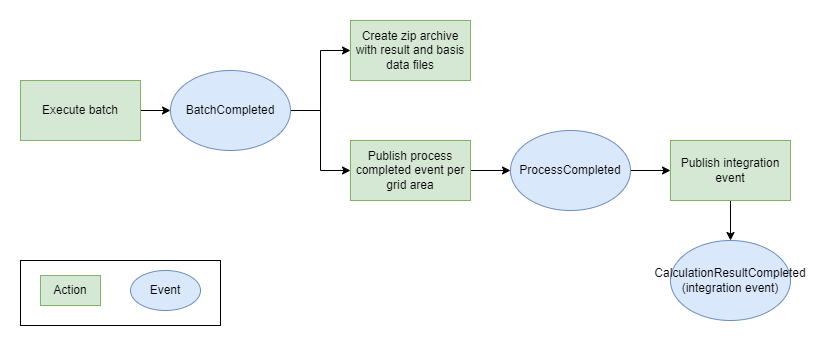
Above: docs/images/events.drawio.png in Energinet-DataHub/opengeh-wholesale (draw.io), before the change. Source tidied: cells renumbered, new cells last; positions are measured from the earlier drawing's top-left corner, leaving out a move shared by most shapes.
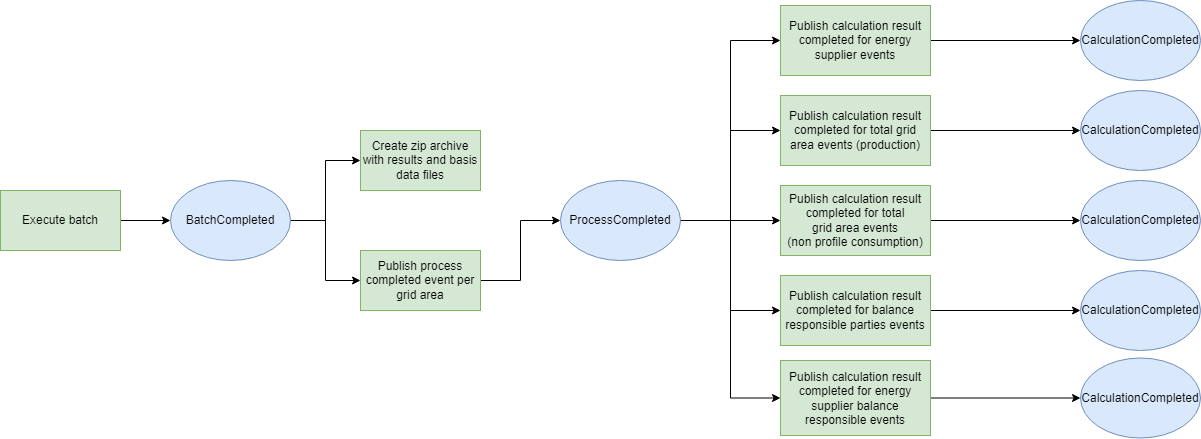
The same file after the commit.

What changed in the source:
```diff
@@ -1,54 +1,93 @@
-<mxGraphModel background="#ffffff">
+<mxGraphModel>
   <root>
     <mxCell id="0" />
     <mxCell id="1" parent="0" />
-    <mxCell id="2" style="rounded=0;whiteSpace=wrap;html=1;" parent="1" vertex="1">
-      <mxGeometry y="240" width="200" height="65" as="geometry" />
-    </mxCell>
-    <mxCell id="3" style="edgeStyle=orthogonalEdgeStyle;rounded=0;jettySize=auto;html=1;" parent="1" edge="1" source="5" target="10">
-      <mxGeometry relative="1" as="geometry" />
-    </mxCell>
-    <mxCell id="4" style="edgeStyle=orthogonalEdgeStyle;rounded=0;jettySize=auto;html=1;" parent="1" edge="1" source="5" target="8">
-      <mxGeometry relative="1" as="geometry" />
-    </mxCell>
-    <mxCell id="5" value="BatchCompleted" style="ellipse;whiteSpace=wrap;html=1;fillColor=#dae8fc;strokeColor=#6c8ebf;" parent="1" vertex="1">
-      <mxGeometry x="150" y="50" width="120" height="80" as="geometry" />
-    </mxCell>
-    <mxCell id="6" style="edgeStyle=orthogonalEdgeStyle;rounded=0;jettySize=auto;html=1;" parent="1" edge="1" source="7" target="5">
+    <mxCell id="6" style="edgeStyle=orthogonalEdgeStyle;rounded=0;jettySize=auto;html=1;entryX=0;entryY=0.5;entryDx=0;entryDy=0;" parent="1" edge="1" source="7" target="5">
       <mxGeometry relative="1" as="geometry" />
     </mxCell>
     <mxCell id="7" value="Execute batch" style="rounded=0;whiteSpace=wrap;html=1;fillColor=#d5e8d4;strokeColor=#82b366;" parent="1" vertex="1">
-      <mxGeometry y="60" width="120" height="60" as="geometry" />
+      <mxGeometry x="-230" y="110" width="120" height="60" as="geometry" />
     </mxCell>
-    <mxCell id="8" value="Create zip archive with result and basis data files" style="rounded=0;whiteSpace=wrap;html=1;fillColor=#d5e8d4;strokeColor=#82b366;" parent="1" vertex="1">
-      <mxGeometry x="330" width="120" height="60" as="geometry" />
-    </mxCell>
+    <mxCell id="3" style="edgeStyle=orthogonalEdgeStyle;rounded=0;jettySize=auto;html=1;entryX=0;entryY=0.5;entryDx=0;entryDy=0;" parent="1" edge="1" source="5" target="10">
+      <mxGeometry relative="1" as="geometry" />
+    </mxCell>
+    <mxCell id="18" style="edgeStyle=orthogonalEdgeStyle;rounded=0;jettySize=auto;html=1;entryX=0;entryY=0.5;entryDx=0;entryDy=0;" parent="1" edge="1" source="5" target="19">
+      <mxGeometry relative="1" as="geometry" />
+    </mxCell>
+    <mxCell id="5" value="BatchCompleted" style="ellipse;whiteSpace=wrap;html=1;fillColor=#dae8fc;strokeColor=#6c8ebf;" parent="1" vertex="1">
+      <mxGeometry x="-60" y="100" width="120" height="80" as="geometry" />
+    </mxCell>
-    <mxCell id="9" style="edgeStyle=orthogonalEdgeStyle;rounded=0;jettySize=auto;html=1;" parent="1" edge="1" source="10" target="12">
+    <mxCell id="9" style="edgeStyle=orthogonalEdgeStyle;rounded=0;jettySize=auto;html=1;entryX=0;entryY=0.5;entryDx=0;entryDy=0;" parent="1" edge="1" source="10" target="12">
       <mxGeometry relative="1" as="geometry" />
     </mxCell>
     <mxCell id="10" value="Publish process completed event per grid area" style="rounded=0;whiteSpace=wrap;html=1;fillColor=#d5e8d4;strokeColor=#82b366;" parent="1" vertex="1">
-      <mxGeometry x="330" y="120" width="120" height="60" as="geometry" />
+      <mxGeometry x="130" y="170" width="120" height="60" as="geometry" />
     </mxCell>
-    <mxCell id="11" style="edgeStyle=orthogonalEdgeStyle;rounded=0;jettySize=auto;html=1;" parent="1" edge="1" source="12" target="14">
-      <mxGeometry relative="1" as="geometry" />
-    </mxCell>
+    <mxCell id="19" value="Create zip archive with results and basis data files" style="rounded=0;whiteSpace=wrap;html=1;fillColor=#d5e8d4;strokeColor=#82b366;" parent="1" vertex="1">
+      <mxGeometry x="130" y="50" width="120" height="60" as="geometry" />
+    </mxCell>
+    <mxCell id="20" style="edgeStyle=orthogonalEdgeStyle;rounded=0;jettySize=auto;html=1;entryX=0;entryY=0.5;entryDx=0;entryDy=0;" parent="1" edge="1" source="12" target="26">
+      <mxGeometry relative="1" as="geometry" />
+    </mxCell>
+    <mxCell id="21" style="edgeStyle=orthogonalEdgeStyle;rounded=0;jettySize=auto;html=1;entryX=0;entryY=0.5;entryDx=0;entryDy=0;" parent="1" edge="1" source="12" target="31">
+      <mxGeometry relative="1" as="geometry" />
+    </mxCell>
+    <mxCell id="22" style="edgeStyle=orthogonalEdgeStyle;rounded=0;jettySize=auto;html=1;entryX=0;entryY=0.5;entryDx=0;entryDy=0;" parent="1" edge="1" source="12" target="33">
+      <mxGeometry relative="1" as="geometry" />
+    </mxCell>
+    <mxCell id="23" style="edgeStyle=orthogonalEdgeStyle;rounded=0;jettySize=auto;html=1;entryX=0;entryY=0.5;entryDx=0;entryDy=0;" parent="1" edge="1" source="12" target="35">
+      <mxGeometry relative="1" as="geometry" />
+    </mxCell>
+    <mxCell id="24" style="edgeStyle=orthogonalEdgeStyle;rounded=0;jettySize=auto;html=1;entryX=0;entryY=0.5;entryDx=0;entryDy=0;" parent="1" edge="1" source="12" target="29">
+      <mxGeometry relative="1" as="geometry" />
+    </mxCell>
     <mxCell id="12" value="ProcessCompleted" style="ellipse;whiteSpace=wrap;html=1;fillColor=#dae8fc;strokeColor=#6c8ebf;" parent="1" vertex="1">
-      <mxGeometry x="490" y="110" width="120" height="80" as="geometry" />
+      <mxGeometry x="330" y="100" width="120" height="80" as="geometry" />
     </mxCell>
-    <mxCell id="13" style="edgeStyle=orthogonalEdgeStyle;rounded=0;jettySize=auto;html=1;" parent="1" edge="1" source="14" target="17">
-      <mxGeometry relative="1" as="geometry" />
-    </mxCell>
-    <mxCell id="14" value="Publish integration event" style="rounded=0;whiteSpace=wrap;html=1;fillColor=#d5e8d4;strokeColor=#82b366;" parent="1" vertex="1">
-      <mxGeometry x="650" y="120" width="120" height="60" as="geometry" />
-    </mxCell>
-    <mxCell id="15" value="Event" style="ellipse;whiteSpace=wrap;html=1;fillColor=#dae8fc;strokeColor=#6c8ebf;" parent="1" vertex="1">
-      <mxGeometry x="110" y="250" width="70" height="40" as="geometry" />
-    </mxCell>
-    <mxCell id="16" value="Action" style="rounded=0;whiteSpace=wrap;html=1;fillColor=#d5e8d4;strokeColor=#82b366;" parent="1" vertex="1">
-      <mxGeometry x="20" y="255" width="60" height="30" as="geometry" />
-    </mxCell>
-    <mxCell id="17" value="CalculationResultCompleted&lt;br&gt;(integration event)" style="ellipse;whiteSpace=wrap;html=1;fillColor=#dae8fc;strokeColor=#6c8ebf;" parent="1" vertex="1">
-      <mxGeometry x="650" y="220" width="120" height="80" as="geometry" />
-    </mxCell>
+    <mxCell id="25" style="edgeStyle=orthogonalEdgeStyle;rounded=0;jettySize=auto;html=1;entryX=0;entryY=0.5;entryDx=0;entryDy=0;" parent="1" edge="1" source="26" target="27">
+      <mxGeometry relative="1" as="geometry" />
+    </mxCell>
+    <mxCell id="26" value="Publish calculation result completed for energy supplier events" style="rounded=0;whiteSpace=wrap;html=1;fillColor=#d5e8d4;strokeColor=#82b366;" parent="1" vertex="1">
+      <mxGeometry x="550" y="-75" width="150" height="70" as="geometry" />
+    </mxCell>
+    <mxCell id="27" value="CalculationCompleted" style="ellipse;whiteSpace=wrap;html=1;fillColor=#dae8fc;strokeColor=#6c8ebf;" parent="1" vertex="1">
+      <mxGeometry x="850" y="-80" width="120" height="80" as="geometry" />
+    </mxCell>
+    <mxCell id="28" style="edgeStyle=orthogonalEdgeStyle;rounded=0;jettySize=auto;html=1;entryX=0;entryY=0.5;entryDx=0;entryDy=0;" parent="1" edge="1" source="29" target="36">
+      <mxGeometry relative="1" as="geometry" />
+    </mxCell>
+    <mxCell id="29" value="Publish calculation result completed for total grid area events (production)" style="rounded=0;whiteSpace=wrap;html=1;fillColor=#d5e8d4;strokeColor=#82b366;" parent="1" vertex="1">
+      <mxGeometry x="550" y="15" width="150" height="70" as="geometry" />
+    </mxCell>
+    <mxCell id="30" style="edgeStyle=orthogonalEdgeStyle;rounded=0;jettySize=auto;html=1;entryX=0;entryY=0.5;entryDx=0;entryDy=0;" parent="1" edge="1" source="31" target="37">
+      <mxGeometry relative="1" as="geometry" />
+    </mxCell>
+    <mxCell id="31" value="Publish calculation result completed for total &lt;br&gt;grid area events&lt;br&gt;(non profile consumption)" style="rounded=0;whiteSpace=wrap;html=1;fillColor=#d5e8d4;strokeColor=#82b366;" parent="1" vertex="1">
+      <mxGeometry x="550" y="105" width="150" height="70" as="geometry" />
+    </mxCell>
+    <mxCell id="32" style="edgeStyle=orthogonalEdgeStyle;rounded=0;jettySize=auto;html=1;entryX=0;entryY=0.5;entryDx=0;entryDy=0;" parent="1" edge="1" source="33" target="38">
+      <mxGeometry relative="1" as="geometry" />
+    </mxCell>
+    <mxCell id="33" value="Publish calculation result completed for balance responsible parties events" style="rounded=0;whiteSpace=wrap;html=1;fillColor=#d5e8d4;strokeColor=#82b366;" parent="1" vertex="1">
+      <mxGeometry x="550" y="195" width="150" height="70" as="geometry" />
+    </mxCell>
+    <mxCell id="34" style="edgeStyle=orthogonalEdgeStyle;rounded=0;jettySize=auto;html=1;entryX=0;entryY=0.5;entryDx=0;entryDy=0;" parent="1" edge="1" source="35" target="39">
+      <mxGeometry relative="1" as="geometry" />
+    </mxCell>
+    <mxCell id="35" value="Publish calculation result completed for energy supplier balance responsible events" style="rounded=0;whiteSpace=wrap;html=1;fillColor=#d5e8d4;strokeColor=#82b366;" parent="1" vertex="1">
+      <mxGeometry x="550" y="280" width="150" height="75" as="geometry" />
+    </mxCell>
+    <mxCell id="36" value="CalculationCompleted" style="ellipse;whiteSpace=wrap;html=1;fillColor=#dae8fc;strokeColor=#6c8ebf;" parent="1" vertex="1">
+      <mxGeometry x="850" y="10" width="120" height="80" as="geometry" />
+    </mxCell>
+    <mxCell id="37" value="CalculationCompleted" style="ellipse;whiteSpace=wrap;html=1;fillColor=#dae8fc;strokeColor=#6c8ebf;" parent="1" vertex="1">
+      <mxGeometry x="850" y="100" width="120" height="80" as="geometry" />
+    </mxCell>
+    <mxCell id="38" value="CalculationCompleted" style="ellipse;whiteSpace=wrap;html=1;fillColor=#dae8fc;strokeColor=#6c8ebf;" parent="1" vertex="1">
+      <mxGeometry x="850" y="190" width="120" height="80" as="geometry" />
+    </mxCell>
+    <mxCell id="39" value="CalculationCompleted" style="ellipse;whiteSpace=wrap;html=1;fillColor=#dae8fc;strokeColor=#6c8ebf;" parent="1" vertex="1">
+      <mxGeometry x="850" y="277.5" width="120" height="80" as="geometry" />
+    </mxCell>
   </root>
 </mxGraphModel>
```
